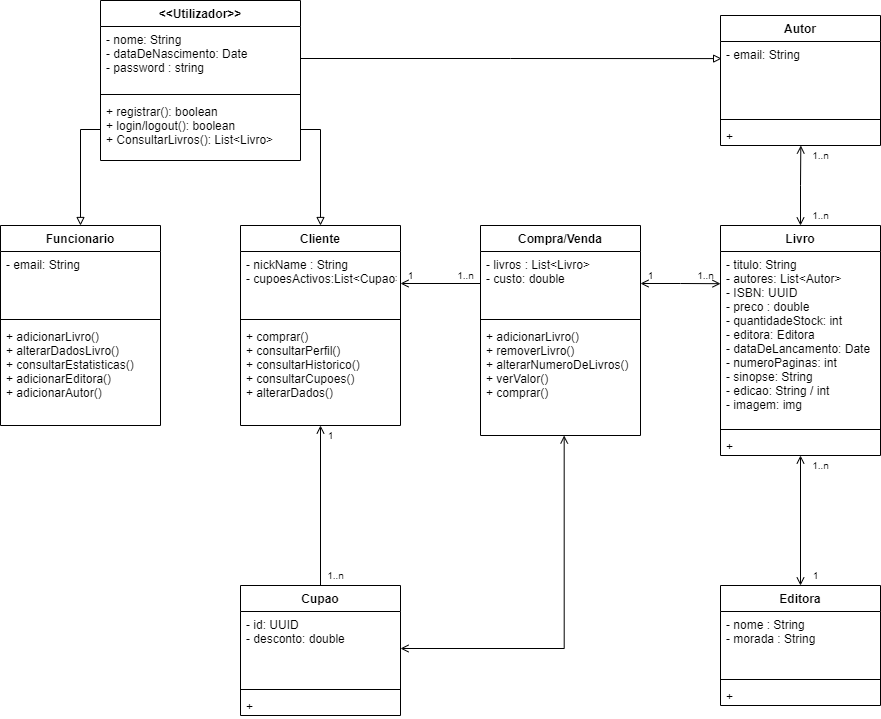
Before: Sprints/Projecto_Livraria_UML.png, a diagram exported from draw.io (ricardogouvjava/Projecto-Livraria-Requalificar). Source tidied: cells renumbered, new cells last; positions are measured from the earlier drawing's top-left corner, leaving out a move shared by most shapes. The source it was exported from:
```xml
<mxGraphModel>
  <root>
    <mxCell id="0" />
    <mxCell id="1" parent="0" />
    <mxCell id="2" value="Funcionario" style="swimlane;fontStyle=1;align=center;verticalAlign=top;horizontal=1;startSize=26;" parent="1" vertex="1">
      <mxGeometry y="225" width="160" height="200" as="geometry" />
    </mxCell>
    <mxCell id="3" value="- email: String" style="text;strokeColor=none;fillColor=none;align=left;verticalAlign=top;spacingLeft=4;spacingRight=4;overflow=hidden;" parent="2" vertex="1">
      <mxGeometry y="26" width="160" height="64" as="geometry" />
    </mxCell>
    <mxCell id="4" style="line;strokeWidth=1;fillColor=none;align=left;verticalAlign=middle;spacingTop=-1;spacingLeft=3;spacingRight=3;labelPosition=right;" parent="2" vertex="1">
      <mxGeometry y="90" width="160" height="8" as="geometry" />
    </mxCell>
    <mxCell id="5" value="+ adicionarLivro()&#10;+ alterarDadosLivro()&#10;+ consultarEstatisticas()&#10;+ adicionarEditora()&#10;+ adicionarAutor()" style="text;strokeColor=none;fillColor=none;align=left;verticalAlign=top;spacingLeft=4;spacingRight=4;overflow=hidden;" parent="2" vertex="1">
      <mxGeometry y="98" width="160" height="102" as="geometry" />
    </mxCell>
    <mxCell id="6" style="edgeStyle=orthogonalEdgeStyle;rounded=0;jettySize=auto;html=1;entryX=0.5;entryY=0;entryDx=0;entryDy=0;startArrow=open;startFill=0;endArrow=none;endFill=0;" parent="1" edge="1" source="7" target="36">
      <mxGeometry relative="1" as="geometry" />
    </mxCell>
    <mxCell id="7" value="Cliente" style="swimlane;fontStyle=1;align=center;verticalAlign=top;horizontal=1;startSize=26;" parent="1" vertex="1">
      <mxGeometry x="240" y="225" width="160" height="200" as="geometry" />
    </mxCell>
    <mxCell id="8" value="- nickName : String&#10;- cupoesActivos:List&lt;Cupao&gt;" style="text;strokeColor=none;fillColor=none;align=left;verticalAlign=top;spacingLeft=4;spacingRight=4;overflow=hidden;points=[[0,0.5],[1,0.5]];portConstraint=eastwest;" parent="7" vertex="1">
      <mxGeometry y="26" width="160" height="64" as="geometry" />
    </mxCell>
    <mxCell id="9" style="line;strokeWidth=1;fillColor=none;align=left;verticalAlign=middle;spacingTop=-1;spacingLeft=3;spacingRight=3;labelPosition=right;" parent="7" vertex="1">
      <mxGeometry y="90" width="160" height="8" as="geometry" />
    </mxCell>
    <mxCell id="10" value="+ comprar()&#10;+ consultarPerfil()&#10;+ consultarHistorico()&#10;+ consultarCupoes()&#10;+ alterarDados()" style="text;strokeColor=none;fillColor=none;align=left;verticalAlign=top;spacingLeft=4;spacingRight=4;overflow=hidden;" parent="7" vertex="1">
      <mxGeometry y="98" width="160" height="102" as="geometry" />
    </mxCell>
    <mxCell id="11" value="&lt;&lt;Utilizador&gt;&gt;" style="swimlane;fontStyle=1;align=center;verticalAlign=top;horizontal=1;startSize=26;" parent="1" vertex="1">
      <mxGeometry x="100" width="200" height="160" as="geometry" />
    </mxCell>
    <mxCell id="12" value="- nome: String&#10;- dataDeNascimento: Date&#10;- password : string" style="text;strokeColor=none;fillColor=none;align=left;verticalAlign=top;spacingLeft=4;spacingRight=4;overflow=hidden;points=[[0,0.5],[1,0.5]];portConstraint=eastwest;" parent="11" vertex="1">
      <mxGeometry y="26" width="200" height="64" as="geometry" />
    </mxCell>
    <mxCell id="13" style="line;strokeWidth=1;fillColor=none;align=left;verticalAlign=middle;spacingTop=-1;spacingLeft=3;spacingRight=3;labelPosition=right;" parent="11" vertex="1">
      <mxGeometry y="90" width="200" height="8" as="geometry" />
    </mxCell>
    <mxCell id="14" value="+ registrar(): boolean&#10;+ login/logout(): boolean&#10;+ ConsultarLivros(): List&lt;Livro&gt;" style="text;strokeColor=none;fillColor=none;align=left;verticalAlign=top;spacingLeft=4;spacingRight=4;overflow=hidden;points=[[0,0.5],[1,0.5]];portConstraint=eastwest;" parent="11" vertex="1">
      <mxGeometry y="98" width="200" height="62" as="geometry" />
    </mxCell>
    <mxCell id="15" value="Compra/Venda" style="swimlane;fontStyle=1;align=center;verticalAlign=top;horizontal=1;startSize=26;" parent="1" vertex="1">
      <mxGeometry x="480" y="225" width="160" height="210" as="geometry" />
    </mxCell>
    <mxCell id="16" value="- livros : List&lt;Livro&gt;&#10;- custo: double" style="text;strokeColor=none;fillColor=none;align=left;verticalAlign=top;spacingLeft=4;spacingRight=4;overflow=hidden;points=[[0,0.5],[1,0.5]];portConstraint=eastwest;" parent="15" vertex="1">
      <mxGeometry y="26" width="160" height="64" as="geometry" />
    </mxCell>
    <mxCell id="17" style="line;strokeWidth=1;fillColor=none;align=left;verticalAlign=middle;spacingTop=-1;spacingLeft=3;spacingRight=3;labelPosition=right;" parent="15" vertex="1">
      <mxGeometry y="90" width="160" height="8" as="geometry" />
    </mxCell>
    <mxCell id="18" value="+ adicionarLivro()&#10;+ removerLivro()&#10;+ alterarNumeroDeLivros()&#10;+ verValor()&#10;+ comprar()" style="text;strokeColor=none;fillColor=none;align=left;verticalAlign=top;spacingLeft=4;spacingRight=4;overflow=hidden;points=[[0,0.5],[1,0.5]];portConstraint=eastwest;" parent="15" vertex="1">
      <mxGeometry y="98" width="160" height="112" as="geometry" />
    </mxCell>
    <mxCell id="19" style="edgeStyle=orthogonalEdgeStyle;rounded=0;jettySize=auto;html=1;exitX=0.5;exitY=0;exitDx=0;exitDy=0;entryX=0.502;entryY=1;entryDx=0;entryDy=0;entryPerimeter=0;endArrow=open;endFill=0;startArrow=open;startFill=0;" parent="1" edge="1" source="21" target="28">
      <mxGeometry relative="1" as="geometry" />
    </mxCell>
    <mxCell id="20" style="edgeStyle=orthogonalEdgeStyle;rounded=0;jettySize=auto;html=1;entryX=0.5;entryY=0;entryDx=0;entryDy=0;endArrow=open;endFill=0;startArrow=open;startFill=0;" parent="1" edge="1" source="21" target="29">
      <mxGeometry relative="1" as="geometry" />
    </mxCell>
    <mxCell id="21" value="Livro" style="swimlane;fontStyle=1;align=center;verticalAlign=top;horizontal=1;startSize=26;" parent="1" vertex="1">
      <mxGeometry x="720" y="225" width="160" height="230" as="geometry" />
    </mxCell>
    <mxCell id="22" value="- titulo: String&#10;- autores: List&lt;Autor&gt;&#10;- ISBN: UUID&#10;- preco : double&#10;- quantidadeStock: int&#10;- editora: Editora&#10;- dataDeLancamento: Date&#10;- numeroPaginas: int&#10;- sinopse: String&#10;- edicao: String / int&#10;- imagem: img&#10;" style="text;strokeColor=none;fillColor=none;align=left;verticalAlign=top;spacingLeft=4;spacingRight=4;overflow=hidden;points=[[0,0.5],[1,0.5]];portConstraint=eastwest;" parent="21" vertex="1">
      <mxGeometry y="26" width="160" height="174" as="geometry" />
    </mxCell>
    <mxCell id="23" style="line;strokeWidth=1;fillColor=none;align=left;verticalAlign=middle;spacingTop=-1;spacingLeft=3;spacingRight=3;labelPosition=right;" parent="21" vertex="1">
      <mxGeometry y="200" width="160" height="8" as="geometry" />
    </mxCell>
    <mxCell id="24" value="+" style="text;strokeColor=none;fillColor=none;align=left;verticalAlign=top;spacingLeft=4;spacingRight=4;overflow=hidden;" parent="21" vertex="1">
      <mxGeometry y="208" width="160" height="22" as="geometry" />
    </mxCell>
    <mxCell id="25" value="Autor" style="swimlane;fontStyle=1;align=center;verticalAlign=top;horizontal=1;startSize=26;" parent="1" vertex="1">
      <mxGeometry x="720" y="15" width="160" height="130" as="geometry" />
    </mxCell>
    <mxCell id="26" value="- email: String" style="text;strokeColor=none;fillColor=none;align=left;verticalAlign=top;spacingLeft=4;spacingRight=4;overflow=hidden;points=[[0,0.5],[1,0.5]];portConstraint=eastwest;" parent="25" vertex="1">
      <mxGeometry y="26" width="160" height="74" as="geometry" />
    </mxCell>
    <mxCell id="27" style="line;strokeWidth=1;fillColor=none;align=left;verticalAlign=middle;spacingTop=-1;spacingLeft=3;spacingRight=3;labelPosition=right;" parent="25" vertex="1">
      <mxGeometry y="100" width="160" height="8" as="geometry" />
    </mxCell>
    <mxCell id="28" value="+" style="text;strokeColor=none;fillColor=none;align=left;verticalAlign=top;spacingLeft=4;spacingRight=4;overflow=hidden;points=[[0,0.5],[1,0.5]];portConstraint=eastwest;" parent="25" vertex="1">
      <mxGeometry y="108" width="160" height="22" as="geometry" />
    </mxCell>
    <mxCell id="29" value="Editora" style="swimlane;fontStyle=1;align=center;verticalAlign=top;horizontal=1;startSize=26;" parent="1" vertex="1">
      <mxGeometry x="720" y="585" width="160" height="120" as="geometry" />
    </mxCell>
    <mxCell id="30" value="- nome : String&#10;- morada : String" style="text;strokeColor=none;fillColor=none;align=left;verticalAlign=top;spacingLeft=4;spacingRight=4;overflow=hidden;points=[[0,0.5],[1,0.5]];portConstraint=eastwest;" parent="29" vertex="1">
      <mxGeometry y="26" width="160" height="64" as="geometry" />
    </mxCell>
    <mxCell id="31" style="line;strokeWidth=1;fillColor=none;align=left;verticalAlign=middle;spacingTop=-1;spacingLeft=3;spacingRight=3;labelPosition=right;" parent="29" vertex="1">
      <mxGeometry y="90" width="160" height="8" as="geometry" />
    </mxCell>
    <mxCell id="32" value="+" style="text;strokeColor=none;fillColor=none;align=left;verticalAlign=top;spacingLeft=4;spacingRight=4;overflow=hidden;" parent="29" vertex="1">
      <mxGeometry y="98" width="160" height="22" as="geometry" />
    </mxCell>
    <mxCell id="33" style="edgeStyle=orthogonalEdgeStyle;rounded=0;jettySize=auto;html=1;exitX=1;exitY=0.5;exitDx=0;exitDy=0;entryX=0.007;entryY=0.231;entryDx=0;entryDy=0;entryPerimeter=0;endArrow=block;endFill=0;" parent="1" edge="1" source="12" target="26">
      <mxGeometry relative="1" as="geometry" />
    </mxCell>
    <mxCell id="34" style="endArrow=block;html=1;rounded=0;exitX=1;exitY=0.5;exitDx=0;exitDy=0;entryX=0.5;entryY=0;entryDx=0;entryDy=0;edgeStyle=orthogonalEdgeStyle;endFill=0;" parent="1" edge="1" source="14" target="7">
      <mxGeometry relative="1" as="geometry" />
    </mxCell>
    <mxCell id="35" style="endArrow=block;html=1;rounded=0;exitX=0;exitY=0.5;exitDx=0;exitDy=0;entryX=0.5;entryY=0;entryDx=0;entryDy=0;edgeStyle=orthogonalEdgeStyle;endFill=0;" parent="1" edge="1" source="14" target="2">
      <mxGeometry relative="1" as="geometry" />
    </mxCell>
    <mxCell id="36" value="Cupao" style="swimlane;fontStyle=1;align=center;verticalAlign=top;horizontal=1;startSize=26;" parent="1" vertex="1">
      <mxGeometry x="240" y="585" width="160" height="130" as="geometry" />
    </mxCell>
    <mxCell id="37" value="- id: UUID&#10;- desconto: double" style="text;strokeColor=none;fillColor=none;align=left;verticalAlign=top;spacingLeft=4;spacingRight=4;overflow=hidden;points=[[0,0.5],[1,0.5]];portConstraint=eastwest;" parent="36" vertex="1">
      <mxGeometry y="26" width="160" height="74" as="geometry" />
    </mxCell>
    <mxCell id="38" style="line;strokeWidth=1;fillColor=none;align=left;verticalAlign=middle;spacingTop=-1;spacingLeft=3;spacingRight=3;labelPosition=right;" parent="36" vertex="1">
      <mxGeometry y="100" width="160" height="8" as="geometry" />
    </mxCell>
    <mxCell id="39" value="+" style="text;strokeColor=none;fillColor=none;align=left;verticalAlign=top;spacingLeft=4;spacingRight=4;overflow=hidden;" parent="36" vertex="1">
      <mxGeometry y="108" width="160" height="22" as="geometry" />
    </mxCell>
    <mxCell id="40" style="edgeStyle=orthogonalEdgeStyle;rounded=0;jettySize=auto;html=1;exitX=1;exitY=0.5;exitDx=0;exitDy=0;entryX=0.523;entryY=1;entryDx=0;entryDy=0;entryPerimeter=0;endArrow=open;endFill=0;startArrow=open;startFill=0;" parent="1" edge="1" source="37" target="18">
      <mxGeometry relative="1" as="geometry" />
    </mxCell>
    <mxCell id="41" style="edgeStyle=orthogonalEdgeStyle;rounded=0;jettySize=auto;html=1;exitX=1;exitY=0.5;exitDx=0;exitDy=0;entryX=0;entryY=0.185;entryDx=0;entryDy=0;entryPerimeter=0;startArrow=open;startFill=0;endArrow=open;endFill=0;" parent="1" edge="1" source="16" target="22">
      <mxGeometry relative="1" as="geometry" />
    </mxCell>
    <mxCell id="42" style="edgeStyle=orthogonalEdgeStyle;rounded=0;jettySize=auto;html=1;entryX=0;entryY=0.5;entryDx=0;entryDy=0;startArrow=open;startFill=0;endArrow=none;endFill=0;" parent="1" edge="1" source="8" target="16">
      <mxGeometry relative="1" as="geometry" />
    </mxCell>
    <mxCell id="43" value="1..n" style="text;html=1;align=center;verticalAlign=middle;strokeColor=none;fillColor=none;fontSize=10;" parent="1" vertex="1">
      <mxGeometry x="805" y="205" width="30" height="20" as="geometry" />
    </mxCell>
    <mxCell id="44" value="1..n" style="text;html=1;align=center;verticalAlign=middle;strokeColor=none;fillColor=none;fontSize=10;" parent="1" vertex="1">
      <mxGeometry x="805" y="145" width="30" height="20" as="geometry" />
    </mxCell>
    <mxCell id="45" value="1..n" style="text;html=1;align=center;verticalAlign=middle;strokeColor=none;fillColor=none;fontSize=10;" parent="1" vertex="1">
      <mxGeometry x="805" y="455" width="30" height="20" as="geometry" />
    </mxCell>
    <mxCell id="46" value="1" style="text;html=1;align=center;verticalAlign=middle;strokeColor=none;fillColor=none;fontSize=10;" parent="1" vertex="1">
      <mxGeometry x="805" y="565" width="20" height="20" as="geometry" />
    </mxCell>
    <mxCell id="47" value="1" style="text;html=1;align=center;verticalAlign=middle;strokeColor=none;fillColor=none;fontSize=10;" parent="1" vertex="1">
      <mxGeometry x="320" y="425" width="20" height="20" as="geometry" />
    </mxCell>
    <mxCell id="48" value="1..n" style="text;html=1;align=center;verticalAlign=middle;strokeColor=none;fillColor=none;fontSize=10;" parent="1" vertex="1">
      <mxGeometry x="320" y="565" width="30" height="20" as="geometry" />
    </mxCell>
    <mxCell id="49" value="1" style="text;html=1;align=center;verticalAlign=middle;strokeColor=none;fillColor=none;fontSize=10;" parent="1" vertex="1">
      <mxGeometry x="400" y="265" width="20" height="20" as="geometry" />
    </mxCell>
    <mxCell id="50" value="1..n" style="text;html=1;align=center;verticalAlign=middle;strokeColor=none;fillColor=none;fontSize=10;" parent="1" vertex="1">
      <mxGeometry x="450" y="265" width="30" height="20" as="geometry" />
    </mxCell>
    <mxCell id="51" value="1" style="text;html=1;align=center;verticalAlign=middle;strokeColor=none;fillColor=none;fontSize=10;" parent="1" vertex="1">
      <mxGeometry x="640" y="265" width="20" height="20" as="geometry" />
    </mxCell>
    <mxCell id="52" value="1..n" style="text;html=1;align=center;verticalAlign=middle;strokeColor=none;fillColor=none;fontSize=10;" parent="1" vertex="1">
      <mxGeometry x="690" y="265" width="30" height="20" as="geometry" />
    </mxCell>
  </root>
</mxGraphModel>
```
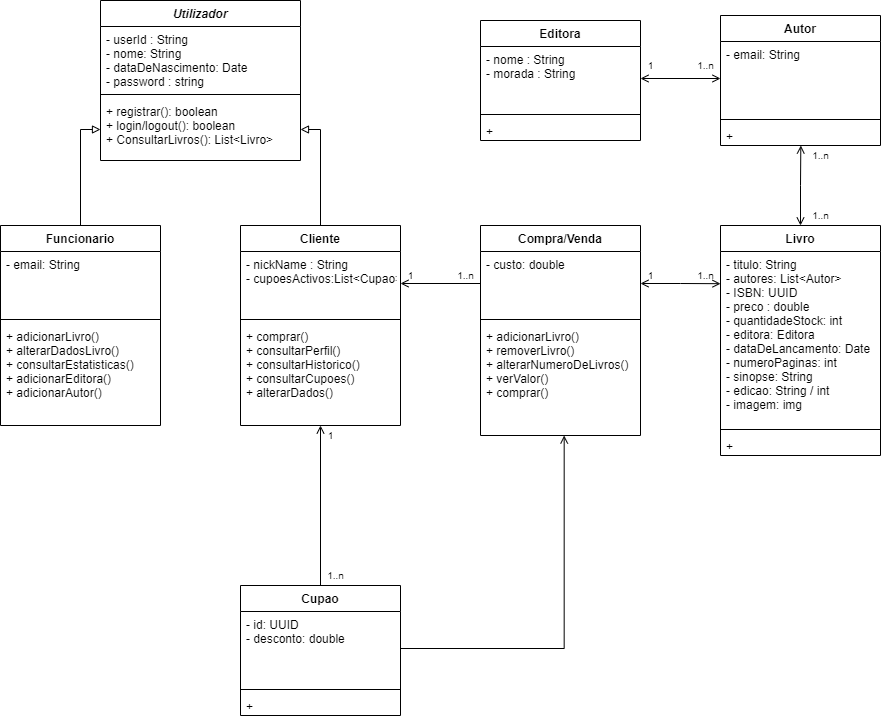
After the change.

Diff of the diagram source:
```diff
@@ -29,10 +29,10 @@
     <mxCell id="10" value="+ comprar()&#10;+ consultarPerfil()&#10;+ consultarHistorico()&#10;+ consultarCupoes()&#10;+ alterarDados()" style="text;strokeColor=none;fillColor=none;align=left;verticalAlign=top;spacingLeft=4;spacingRight=4;overflow=hidden;" parent="7" vertex="1">
       <mxGeometry y="98" width="160" height="102" as="geometry" />
     </mxCell>
-    <mxCell id="11" value="&lt;&lt;Utilizador&gt;&gt;" style="swimlane;fontStyle=1;align=center;verticalAlign=top;horizontal=1;startSize=26;" parent="1" vertex="1">
+    <mxCell id="11" value="Utilizador" style="swimlane;fontStyle=3;align=center;verticalAlign=top;horizontal=1;startSize=26;" parent="1" vertex="1">
       <mxGeometry x="100" width="200" height="160" as="geometry" />
     </mxCell>
-    <mxCell id="12" value="- nome: String&#10;- dataDeNascimento: Date&#10;- password : string" style="text;strokeColor=none;fillColor=none;align=left;verticalAlign=top;spacingLeft=4;spacingRight=4;overflow=hidden;points=[[0,0.5],[1,0.5]];portConstraint=eastwest;" parent="11" vertex="1">
+    <mxCell id="12" value="- userId : String&#10;- nome: String&#10;- dataDeNascimento: Date&#10;- password : string" style="text;strokeColor=none;fillColor=none;align=left;verticalAlign=top;spacingLeft=4;spacingRight=4;overflow=hidden;points=[[0,0.5],[1,0.5]];portConstraint=eastwest;" parent="11" vertex="1">
       <mxGeometry y="26" width="200" height="64" as="geometry" />
     </mxCell>
     <mxCell id="13" style="line;strokeWidth=1;fillColor=none;align=left;verticalAlign=middle;spacingTop=-1;spacingLeft=3;spacingRight=3;labelPosition=right;" parent="11" vertex="1">
@@ -44,7 +44,7 @@
     <mxCell id="15" value="Compra/Venda" style="swimlane;fontStyle=1;align=center;verticalAlign=top;horizontal=1;startSize=26;" parent="1" vertex="1">
       <mxGeometry x="480" y="225" width="160" height="210" as="geometry" />
     </mxCell>
-    <mxCell id="16" value="- livros : List&lt;Livro&gt;&#10;- custo: double" style="text;strokeColor=none;fillColor=none;align=left;verticalAlign=top;spacingLeft=4;spacingRight=4;overflow=hidden;points=[[0,0.5],[1,0.5]];portConstraint=eastwest;" parent="15" vertex="1">
+    <mxCell id="16" value="- custo: double" style="text;strokeColor=none;fillColor=none;align=left;verticalAlign=top;spacingLeft=4;spacingRight=4;overflow=hidden;points=[[0,0.5],[1,0.5]];portConstraint=eastwest;" parent="15" vertex="1">
       <mxGeometry y="26" width="160" height="64" as="geometry" />
     </mxCell>
     <mxCell id="17" style="line;strokeWidth=1;fillColor=none;align=left;verticalAlign=middle;spacingTop=-1;spacingLeft=3;spacingRight=3;labelPosition=right;" parent="15" vertex="1">
@@ -56,7 +56,7 @@
     <mxCell id="19" style="edgeStyle=orthogonalEdgeStyle;rounded=0;jettySize=auto;html=1;exitX=0.5;exitY=0;exitDx=0;exitDy=0;entryX=0.502;entryY=1;entryDx=0;entryDy=0;entryPerimeter=0;endArrow=open;endFill=0;startArrow=open;startFill=0;" parent="1" edge="1" source="21" target="28">
       <mxGeometry relative="1" as="geometry" />
     </mxCell>
-    <mxCell id="20" style="edgeStyle=orthogonalEdgeStyle;rounded=0;jettySize=auto;html=1;entryX=0.5;entryY=0;entryDx=0;entryDy=0;endArrow=open;endFill=0;startArrow=open;startFill=0;" parent="1" edge="1" source="21" target="29">
+    <mxCell id="20" style="edgeStyle=orthogonalEdgeStyle;rounded=0;jettySize=auto;html=1;entryX=1;entryY=0.5;entryDx=0;entryDy=0;endArrow=open;endFill=0;startArrow=open;startFill=0;exitX=0;exitY=0.5;exitDx=0;exitDy=0;" parent="1" edge="1" source="26" target="30">
       <mxGeometry relative="1" as="geometry" />
     </mxCell>
     <mxCell id="21" value="Livro" style="swimlane;fontStyle=1;align=center;verticalAlign=top;horizontal=1;startSize=26;" parent="1" vertex="1">
@@ -84,7 +84,7 @@
       <mxGeometry y="108" width="160" height="22" as="geometry" />
     </mxCell>
     <mxCell id="29" value="Editora" style="swimlane;fontStyle=1;align=center;verticalAlign=top;horizontal=1;startSize=26;" parent="1" vertex="1">
-      <mxGeometry x="720" y="585" width="160" height="120" as="geometry" />
+      <mxGeometry x="480" y="20" width="160" height="120" as="geometry" />
     </mxCell>
     <mxCell id="30" value="- nome : String&#10;- morada : String" style="text;strokeColor=none;fillColor=none;align=left;verticalAlign=top;spacingLeft=4;spacingRight=4;overflow=hidden;points=[[0,0.5],[1,0.5]];portConstraint=eastwest;" parent="29" vertex="1">
       <mxGeometry y="26" width="160" height="64" as="geometry" />
@@ -95,13 +95,10 @@
     <mxCell id="32" value="+" style="text;strokeColor=none;fillColor=none;align=left;verticalAlign=top;spacingLeft=4;spacingRight=4;overflow=hidden;" parent="29" vertex="1">
       <mxGeometry y="98" width="160" height="22" as="geometry" />
     </mxCell>
-    <mxCell id="33" style="edgeStyle=orthogonalEdgeStyle;rounded=0;jettySize=auto;html=1;exitX=1;exitY=0.5;exitDx=0;exitDy=0;entryX=0.007;entryY=0.231;entryDx=0;entryDy=0;entryPerimeter=0;endArrow=block;endFill=0;" parent="1" edge="1" source="12" target="26">
-      <mxGeometry relative="1" as="geometry" />
-    </mxCell>
-    <mxCell id="34" style="endArrow=block;html=1;rounded=0;exitX=1;exitY=0.5;exitDx=0;exitDy=0;entryX=0.5;entryY=0;entryDx=0;entryDy=0;edgeStyle=orthogonalEdgeStyle;endFill=0;" parent="1" edge="1" source="14" target="7">
+    <mxCell id="34" style="endArrow=none;html=1;rounded=0;exitX=1;exitY=0.5;exitDx=0;exitDy=0;entryX=0.5;entryY=0;entryDx=0;entryDy=0;edgeStyle=orthogonalEdgeStyle;endFill=0;startArrow=block;startFill=0;" parent="1" edge="1" source="14" target="7">
       <mxGeometry relative="1" as="geometry" />
     </mxCell>
-    <mxCell id="35" style="endArrow=block;html=1;rounded=0;exitX=0;exitY=0.5;exitDx=0;exitDy=0;entryX=0.5;entryY=0;entryDx=0;entryDy=0;edgeStyle=orthogonalEdgeStyle;endFill=0;" parent="1" edge="1" source="14" target="2">
+    <mxCell id="35" style="endArrow=none;html=1;rounded=0;exitX=0;exitY=0.5;exitDx=0;exitDy=0;entryX=0.5;entryY=0;entryDx=0;entryDy=0;edgeStyle=orthogonalEdgeStyle;endFill=0;startArrow=block;startFill=0;" parent="1" edge="1" source="14" target="2">
       <mxGeometry relative="1" as="geometry" />
     </mxCell>
     <mxCell id="36" value="Cupao" style="swimlane;fontStyle=1;align=center;verticalAlign=top;horizontal=1;startSize=26;" parent="1" vertex="1">
@@ -116,7 +113,7 @@
     <mxCell id="39" value="+" style="text;strokeColor=none;fillColor=none;align=left;verticalAlign=top;spacingLeft=4;spacingRight=4;overflow=hidden;" parent="36" vertex="1">
       <mxGeometry y="108" width="160" height="22" as="geometry" />
     </mxCell>
-    <mxCell id="40" style="edgeStyle=orthogonalEdgeStyle;rounded=0;jettySize=auto;html=1;exitX=1;exitY=0.5;exitDx=0;exitDy=0;entryX=0.523;entryY=1;entryDx=0;entryDy=0;entryPerimeter=0;endArrow=open;endFill=0;startArrow=open;startFill=0;" parent="1" edge="1" source="37" target="18">
+    <mxCell id="40" style="edgeStyle=orthogonalEdgeStyle;rounded=0;jettySize=auto;html=1;exitX=1;exitY=0.5;exitDx=0;exitDy=0;entryX=0.523;entryY=1;entryDx=0;entryDy=0;entryPerimeter=0;endArrow=open;endFill=0;startArrow=none;startFill=0;" parent="1" edge="1" source="37" target="18">
       <mxGeometry relative="1" as="geometry" />
     </mxCell>
     <mxCell id="41" style="edgeStyle=orthogonalEdgeStyle;rounded=0;jettySize=auto;html=1;exitX=1;exitY=0.5;exitDx=0;exitDy=0;entryX=0;entryY=0.185;entryDx=0;entryDy=0;entryPerimeter=0;startArrow=open;startFill=0;endArrow=open;endFill=0;" parent="1" edge="1" source="16" target="22">
@@ -132,10 +129,10 @@
       <mxGeometry x="805" y="145" width="30" height="20" as="geometry" />
     </mxCell>
     <mxCell id="45" value="1..n" style="text;html=1;align=center;verticalAlign=middle;strokeColor=none;fillColor=none;fontSize=10;" parent="1" vertex="1">
-      <mxGeometry x="805" y="455" width="30" height="20" as="geometry" />
+      <mxGeometry x="690" y="55" width="30" height="20" as="geometry" />
     </mxCell>
     <mxCell id="46" value="1" style="text;html=1;align=center;verticalAlign=middle;strokeColor=none;fillColor=none;fontSize=10;" parent="1" vertex="1">
-      <mxGeometry x="805" y="565" width="20" height="20" as="geometry" />
+      <mxGeometry x="640" y="55" width="20" height="20" as="geometry" />
     </mxCell>
     <mxCell id="47" value="1" style="text;html=1;align=center;verticalAlign=middle;strokeColor=none;fillColor=none;fontSize=10;" parent="1" vertex="1">
       <mxGeometry x="320" y="425" width="20" height="20" as="geometry" />
```
